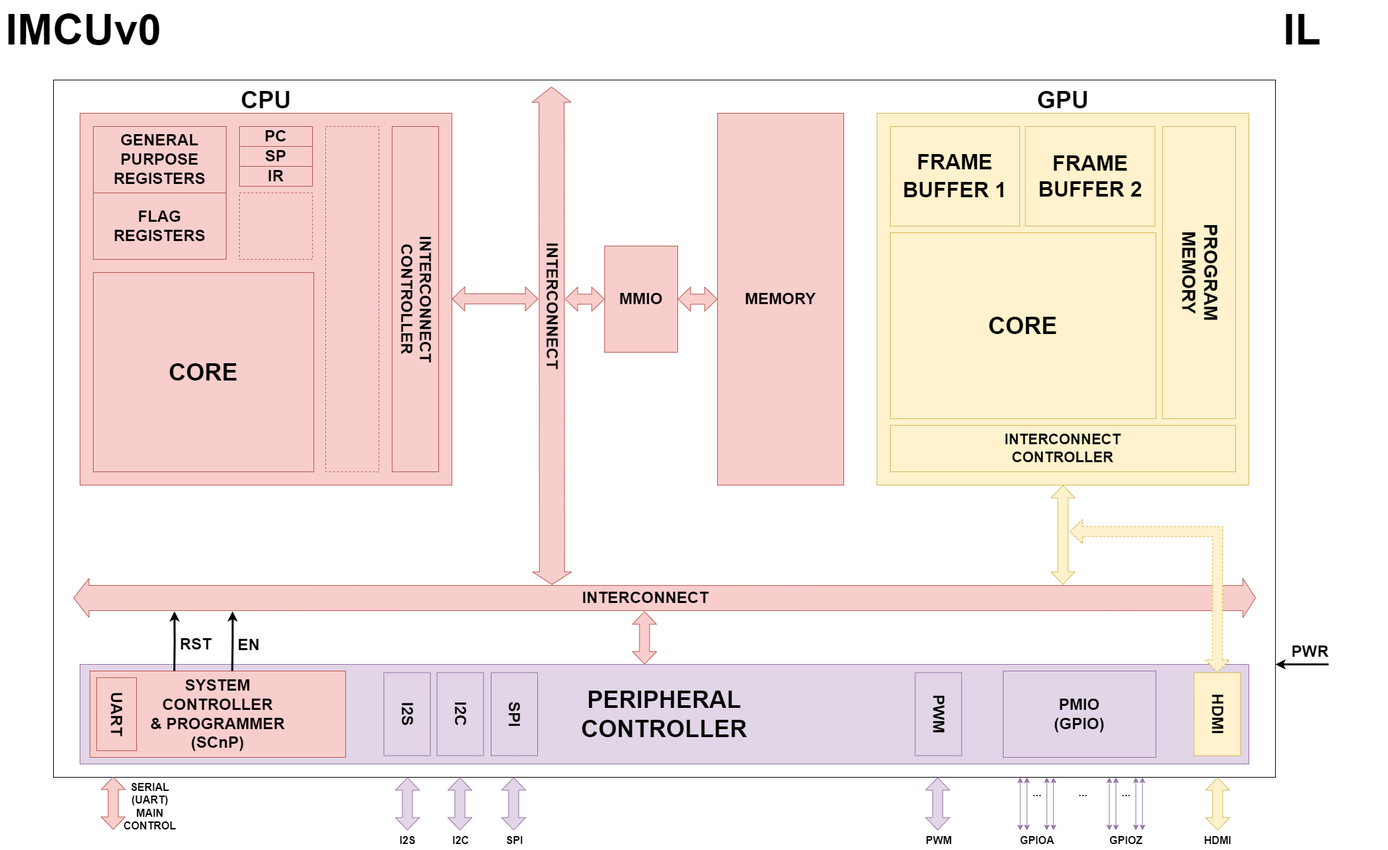
This is arch.drawio.png from nothingIIersonal/yamcu, a draw.io export, as it was before one commit. Source tidied: cells renumbered, new cells last; positions are measured from the earlier drawing's top-left corner, leaving out a move shared by most shapes.
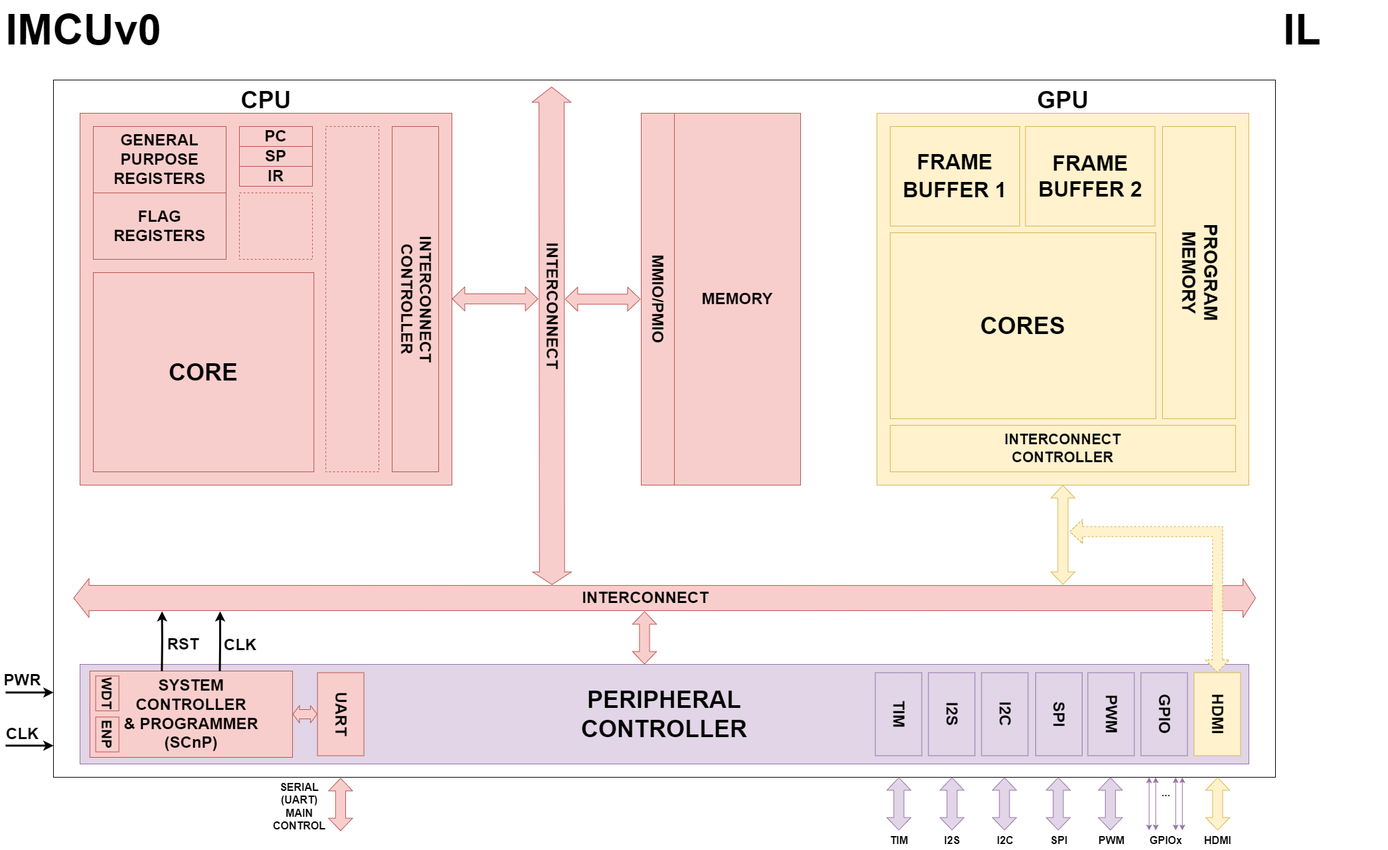
The same diagram one commit later.

Commit message:
Rework schemes

Change to the diagram source:
```diff
@@ -32,3 +32,3 @@
     <mxCell id="11" value="&lt;span style=&quot;font-size: 24px;&quot;&gt;&lt;b&gt;MEMORY&lt;/b&gt;&lt;/span&gt;" style="rounded=0;whiteSpace=wrap;html=1;fillColor=#f8cecc;strokeColor=#b85450;" parent="1" vertex="1">
-      <mxGeometry x="1080" y="170" width="190" height="560" as="geometry" />
+      <mxGeometry x="1015" y="170" width="190" height="560" as="geometry" />
     </mxCell>
@@ -42,5 +42,2 @@
     </mxCell>
-    <mxCell id="14" style="shape=flexArrow;endArrow=classic;startArrow=classic;html=1;rounded=0;entryX=0;entryY=0.5;entryDx=0;entryDy=0;width=15.217391304347828;startSize=5.952173913043478;fillColor=#f8cecc;strokeColor=#b85450;" parent="1" edge="1" source="43" target="11">
-      <mxGeometry relative="1" as="geometry" />
-    </mxCell>
     <mxCell id="15" value="IMCUv0" style="text;align=center;verticalAlign=middle;fontSize=64;fontStyle=1;horizontal=1;labelBackgroundColor=none;labelBorderColor=none;textShadow=0;spacingTop=0;html=1;glass=0;" parent="1" vertex="1">
@@ -55,6 +52,6 @@
     <mxCell id="18" value="&lt;span style=&quot;font-size: 24px;&quot;&gt;&lt;b&gt;SYSTEM&lt;br&gt;CONTROLLER&lt;br&gt;&amp;amp; PROGRAMMER&lt;br&gt;(SCnP)&lt;/b&gt;&lt;/span&gt;" style="rounded=0;whiteSpace=wrap;html=1;rotation=0;fillColor=#f8cecc;strokeColor=#b85450;" parent="1" vertex="1">
-      <mxGeometry x="134.8" y="1010" width="385" height="130" as="geometry" />
+      <mxGeometry x="134.8" y="1010" width="305.1" height="130" as="geometry" />
     </mxCell>
     <mxCell id="19" value="&lt;span style=&quot;font-size: 24px;&quot;&gt;&lt;b&gt;I2S&lt;/b&gt;&lt;/span&gt;" style="rounded=0;whiteSpace=wrap;html=1;rotation=90;fillColor=#e1d5e7;strokeColor=#9673a6;" parent="1" vertex="1">
-      <mxGeometry x="550" y="1040" width="125" height="70" as="geometry" />
+      <mxGeometry x="1370" y="1040" width="125" height="70" as="geometry" />
     </mxCell>
@@ -68,3 +65,3 @@
     </mxCell>
-    <mxCell id="22" value="&lt;b style=&quot;&quot;&gt;&lt;font style=&quot;font-size: 36px;&quot;&gt;CORE&lt;/font&gt;&lt;/b&gt;" style="rounded=0;whiteSpace=wrap;html=1;fillColor=#fff2cc;strokeColor=#d6b656;" parent="1" vertex="1">
+    <mxCell id="22" value="&lt;b style=&quot;&quot;&gt;&lt;font style=&quot;font-size: 36px;&quot;&gt;CORES&lt;/font&gt;&lt;/b&gt;" style="rounded=0;whiteSpace=wrap;html=1;fillColor=#fff2cc;strokeColor=#d6b656;" parent="1" vertex="1">
       <mxGeometry x="1340" y="350" width="400" height="280" as="geometry" />
@@ -88,5 +85,2 @@
     </mxCell>
-    <mxCell id="27" value="&lt;span style=&quot;font-size: 24px;&quot;&gt;&lt;b&gt;UART&lt;/b&gt;&lt;/span&gt;" style="rounded=0;whiteSpace=wrap;html=1;rotation=90;fillColor=#f8cecc;strokeColor=#b85450;" parent="1" vertex="1">
-      <mxGeometry x="120" y="1045" width="110" height="60" as="geometry" />
-    </mxCell>
     <mxCell id="28" value="&lt;font style=&quot;font-size: 28px;&quot;&gt;&lt;b&gt;PROGRAM&lt;br&gt;MEMORY&lt;/b&gt;&lt;/font&gt;" style="rounded=0;whiteSpace=wrap;html=1;fillColor=#fff2cc;strokeColor=#d6b656;textDirection=vertical-rl;" parent="1" vertex="1">
@@ -110,4 +104,4 @@
       <mxGeometry relative="1" as="geometry">
-        <mxPoint x="170" y="1249" as="sourcePoint" />
-        <mxPoint x="170" y="1169" as="targetPoint" />
+        <mxPoint x="512.4" y="1251" as="sourcePoint" />
+        <mxPoint x="512.4" y="1171" as="targetPoint" />
       </mxGeometry>
@@ -115,3 +109,3 @@
     <mxCell id="33" value="&lt;b style=&quot;font-size: 16px;&quot;&gt;SERIAL&lt;br&gt;(UART)&lt;br&gt;MAIN&lt;br&gt;CONTROL&lt;/b&gt;" style="text;html=1;align=center;verticalAlign=middle;strokeColor=none;fillColor=none;" parent="1" vertex="1">
-      <mxGeometry x="175.2" y="1169" width="100" height="90" as="geometry" />
+      <mxGeometry x="400" y="1169" width="100" height="90" as="geometry" />
     </mxCell>
@@ -134,4 +128,4 @@
       <mxGeometry relative="1" as="geometry">
-        <mxPoint x="613" y="1250" as="sourcePoint" />
-        <mxPoint x="613" y="1170" as="targetPoint" />
+        <mxPoint x="1433" y="1250" as="sourcePoint" />
+        <mxPoint x="1433" y="1170" as="targetPoint" />
       </mxGeometry>
@@ -139,3 +133,3 @@
     <mxCell id="39" value="&lt;span style=&quot;font-size: 16px;&quot;&gt;&lt;b&gt;I2S&lt;/b&gt;&lt;/span&gt;" style="text;html=1;align=center;verticalAlign=middle;strokeColor=none;fillColor=none;" parent="1" vertex="1">
-      <mxGeometry x="587.5" y="1250" width="50" height="30" as="geometry" />
+      <mxGeometry x="1407.5" y="1250" width="50" height="30" as="geometry" />
     </mxCell>
@@ -150,12 +144,10 @@
     </mxCell>
-    <mxCell id="42" style="shape=flexArrow;endArrow=classic;startArrow=classic;html=1;rounded=0;entryX=0;entryY=0.5;entryDx=0;entryDy=0;width=15.217391304347828;startSize=5.952173913043478;fillColor=#f8cecc;strokeColor=#b85450;" parent="1" edge="1" target="43">
+    <mxCell id="42" style="shape=flexArrow;endArrow=classic;startArrow=classic;html=1;rounded=0;entryX=0;entryY=0.5;entryDx=0;entryDy=0;width=15.217391304347828;startSize=5.952173913043478;fillColor=#f8cecc;strokeColor=#b85450;" parent="1" edge="1">
       <mxGeometry relative="1" as="geometry">
         <mxPoint x="850" y="450" as="sourcePoint" />
+        <mxPoint x="964" y="450" as="targetPoint" />
       </mxGeometry>
     </mxCell>
-    <mxCell id="43" value="&lt;span style=&quot;font-size: 24px;&quot;&gt;&lt;b&gt;MMIO&lt;/b&gt;&lt;/span&gt;" style="rounded=0;whiteSpace=wrap;html=1;fillColor=#f8cecc;strokeColor=#b85450;" parent="1" vertex="1">
-      <mxGeometry x="910" y="370" width="110" height="160" as="geometry" />
-    </mxCell>
     <mxCell id="44" value="&lt;span style=&quot;font-size: 24px;&quot;&gt;&lt;b&gt;I2C&lt;/b&gt;&lt;/span&gt;" style="rounded=0;whiteSpace=wrap;html=1;rotation=90;fillColor=#e1d5e7;strokeColor=#9673a6;" parent="1" vertex="1">
-      <mxGeometry x="630" y="1040" width="125" height="70" as="geometry" />
+      <mxGeometry x="1450" y="1040" width="125" height="70" as="geometry" />
     </mxCell>
@@ -163,4 +155,4 @@
       <mxGeometry relative="1" as="geometry">
-        <mxPoint x="692" y="1250" as="sourcePoint" />
-        <mxPoint x="692" y="1170" as="targetPoint" />
+        <mxPoint x="1512" y="1250" as="sourcePoint" />
+        <mxPoint x="1512" y="1170" as="targetPoint" />
       </mxGeometry>
@@ -168,6 +160,6 @@
     <mxCell id="46" value="&lt;span style=&quot;font-size: 16px;&quot;&gt;&lt;b&gt;I2C&lt;/b&gt;&lt;/span&gt;" style="text;html=1;align=center;verticalAlign=middle;strokeColor=none;fillColor=none;" parent="1" vertex="1">
-      <mxGeometry x="668" y="1250" width="50" height="30" as="geometry" />
+      <mxGeometry x="1488" y="1250" width="50" height="30" as="geometry" />
     </mxCell>
     <mxCell id="47" value="&lt;span style=&quot;font-size: 24px;&quot;&gt;&lt;b&gt;SPI&lt;/b&gt;&lt;/span&gt;" style="rounded=0;whiteSpace=wrap;html=1;rotation=90;fillColor=#e1d5e7;strokeColor=#9673a6;" parent="1" vertex="1">
-      <mxGeometry x="711.5" y="1040" width="125" height="70" as="geometry" />
+      <mxGeometry x="1531.5" y="1040" width="125" height="70" as="geometry" />
     </mxCell>
@@ -175,4 +167,4 @@
       <mxGeometry relative="1" as="geometry">
-        <mxPoint x="773" y="1250" as="sourcePoint" />
-        <mxPoint x="773" y="1170" as="targetPoint" />
+        <mxPoint x="1593" y="1250" as="sourcePoint" />
+        <mxPoint x="1593" y="1170" as="targetPoint" />
       </mxGeometry>
@@ -180,3 +172,3 @@
     <mxCell id="49" value="&lt;span style=&quot;font-size: 16px;&quot;&gt;&lt;b&gt;SPI&lt;/b&gt;&lt;/span&gt;" style="text;html=1;align=center;verticalAlign=middle;strokeColor=none;fillColor=none;" parent="1" vertex="1">
-      <mxGeometry x="749" y="1250" width="50" height="30" as="geometry" />
+      <mxGeometry x="1569" y="1250" width="50" height="30" as="geometry" />
     </mxCell>
@@ -184,4 +176,4 @@
       <mxGeometry relative="1" as="geometry">
-        <mxPoint x="1535.8" y="1250" as="sourcePoint" />
-        <mxPoint x="1535.8" y="1170" as="targetPoint" />
+        <mxPoint x="1729.8" y="1250" as="sourcePoint" />
+        <mxPoint x="1729.8" y="1170" as="targetPoint" />
       </mxGeometry>
@@ -190,4 +182,4 @@
       <mxGeometry relative="1" as="geometry">
-        <mxPoint x="1545.8" y="1250" as="sourcePoint" />
-        <mxPoint x="1545.8" y="1170" as="targetPoint" />
+        <mxPoint x="1739.8" y="1250" as="sourcePoint" />
+        <mxPoint x="1739.8" y="1170" as="targetPoint" />
       </mxGeometry>
@@ -196,4 +188,4 @@
       <mxGeometry relative="1" as="geometry">
-        <mxPoint x="1575.8" y="1250" as="sourcePoint" />
-        <mxPoint x="1575.8" y="1170" as="targetPoint" />
+        <mxPoint x="1769.8" y="1250" as="sourcePoint" />
+        <mxPoint x="1769.8" y="1170" as="targetPoint" />
       </mxGeometry>
@@ -202,4 +194,4 @@
       <mxGeometry relative="1" as="geometry">
-        <mxPoint x="1585.8" y="1250" as="sourcePoint" />
-        <mxPoint x="1585.8" y="1170" as="targetPoint" />
+        <mxPoint x="1779.8" y="1250" as="sourcePoint" />
+        <mxPoint x="1779.8" y="1170" as="targetPoint" />
       </mxGeometry>
@@ -207,45 +199,9 @@
     <mxCell id="54" value="&lt;b&gt;&lt;font style=&quot;font-size: 16px;&quot;&gt;...&lt;/font&gt;&lt;/b&gt;" style="text;html=1;align=center;verticalAlign=middle;" parent="1" vertex="1">
-      <mxGeometry x="1540.5" y="1178" width="40" height="30" as="geometry" />
+      <mxGeometry x="1734.5" y="1178" width="40" height="30" as="geometry" />
     </mxCell>
-    <mxCell id="55" value="&lt;span style=&quot;font-size: 16px;&quot;&gt;&lt;b&gt;GPIOA&lt;/b&gt;&lt;/span&gt;" style="text;html=1;align=center;verticalAlign=middle;" parent="1" vertex="1">
-      <mxGeometry x="1521" y="1250" width="80" height="30" as="geometry" />
+    <mxCell id="55" value="&lt;span style=&quot;font-size: 16px;&quot;&gt;&lt;b&gt;GPIOx&lt;/b&gt;&lt;/span&gt;" style="text;html=1;align=center;verticalAlign=middle;" parent="1" vertex="1">
+      <mxGeometry x="1720" y="1250" width="70" height="30" as="geometry" />
     </mxCell>
-    <mxCell id="56" value="&lt;span style=&quot;font-size: 24px;&quot;&gt;&lt;b&gt;PMIO&lt;/b&gt;&lt;/span&gt;&lt;div&gt;&lt;span style=&quot;font-size: 24px;&quot;&gt;&lt;b&gt;(GPIO)&lt;/b&gt;&lt;/span&gt;&lt;/div&gt;" style="rounded=0;whiteSpace=wrap;html=1;rotation=0;fillColor=#e1d5e7;strokeColor=#9673a6;" parent="1" vertex="1">
-      <mxGeometry x="1510" y="1010" width="230" height="130" as="geometry" />
-    </mxCell>
-    <mxCell id="57" style="endArrow=classic;startArrow=classic;html=1;rounded=0;fillColor=#e1d5e7;strokeColor=#9673a6;" parent="1" edge="1">
-      <mxGeometry relative="1" as="geometry">
-        <mxPoint x="1669.8" y="1250" as="sourcePoint" />
-        <mxPoint x="1669.8" y="1170" as="targetPoint" />
-      </mxGeometry>
-    </mxCell>
-    <mxCell id="58" style="endArrow=classic;startArrow=classic;html=1;rounded=0;fillColor=#e1d5e7;strokeColor=#9673a6;" parent="1" edge="1">
-      <mxGeometry relative="1" as="geometry">
-        <mxPoint x="1679.8" y="1250" as="sourcePoint" />
-        <mxPoint x="1679.8" y="1170" as="targetPoint" />
-      </mxGeometry>
-    </mxCell>
-    <mxCell id="59" style="endArrow=classic;startArrow=classic;html=1;rounded=0;fillColor=#e1d5e7;strokeColor=#9673a6;" parent="1" edge="1">
-      <mxGeometry relative="1" as="geometry">
-        <mxPoint x="1709.8" y="1250" as="sourcePoint" />
-        <mxPoint x="1709.8" y="1170" as="targetPoint" />
-      </mxGeometry>
-    </mxCell>
-    <mxCell id="60" style="endArrow=classic;startArrow=classic;html=1;rounded=0;fillColor=#e1d5e7;strokeColor=#9673a6;" parent="1" edge="1">
-      <mxGeometry relative="1" as="geometry">
-        <mxPoint x="1719.8" y="1250" as="sourcePoint" />
-        <mxPoint x="1719.8" y="1170" as="targetPoint" />
-      </mxGeometry>
-    </mxCell>
-    <mxCell id="61" value="&lt;b&gt;&lt;font style=&quot;font-size: 16px;&quot;&gt;...&lt;/font&gt;&lt;/b&gt;" style="text;html=1;align=center;verticalAlign=middle;" parent="1" vertex="1">
-      <mxGeometry x="1674.5" y="1178" width="40" height="30" as="geometry" />
-    </mxCell>
-    <mxCell id="62" value="&lt;span style=&quot;font-size: 16px;&quot;&gt;&lt;b&gt;GPIOZ&lt;/b&gt;&lt;/span&gt;" style="text;html=1;align=center;verticalAlign=middle;" parent="1" vertex="1">
-      <mxGeometry x="1660" y="1250" width="70" height="30" as="geometry" />
-    </mxCell>
-    <mxCell id="63" value="&lt;b&gt;&lt;font style=&quot;font-size: 16px;&quot;&gt;...&lt;/font&gt;&lt;/b&gt;" style="text;html=1;align=center;verticalAlign=middle;" parent="1" vertex="1">
-      <mxGeometry x="1610" y="1178" width="40" height="30" as="geometry" />
-    </mxCell>
     <mxCell id="64" value="&lt;span style=&quot;font-size: 24px;&quot;&gt;&lt;b&gt;PWM&lt;/b&gt;&lt;/span&gt;" style="rounded=0;whiteSpace=wrap;html=1;rotation=90;fillColor=#e1d5e7;strokeColor=#9673a6;" parent="1" vertex="1">
-      <mxGeometry x="1350" y="1040" width="125" height="70" as="geometry" />
+      <mxGeometry x="1610" y="1040" width="125" height="70" as="geometry" />
     </mxCell>
@@ -253,4 +209,4 @@
       <mxGeometry relative="1" as="geometry">
-        <mxPoint x="1411.5" y="1250" as="sourcePoint" />
-        <mxPoint x="1411.5" y="1170" as="targetPoint" />
+        <mxPoint x="1671.5" y="1250" as="sourcePoint" />
+        <mxPoint x="1671.5" y="1170" as="targetPoint" />
       </mxGeometry>
@@ -258,3 +214,3 @@
     <mxCell id="66" value="&lt;span style=&quot;font-size: 16px;&quot;&gt;&lt;b&gt;PWM&lt;/b&gt;&lt;/span&gt;" style="text;html=1;align=center;verticalAlign=middle;strokeColor=none;fillColor=none;" parent="1" vertex="1">
-      <mxGeometry x="1382.5" y="1250" width="60" height="30" as="geometry" />
+      <mxGeometry x="1642.5" y="1250" width="60" height="30" as="geometry" />
     </mxCell>
@@ -262,4 +218,4 @@
       <mxGeometry relative="1" as="geometry">
-        <mxPoint x="2000" y="1000" as="sourcePoint" />
-        <mxPoint x="1920" y="1000" as="targetPoint" />
+        <mxPoint x="8" y="1042.3" as="sourcePoint" />
+        <mxPoint x="80" y="1042.3" as="targetPoint" />
       </mxGeometry>
@@ -268,3 +224,3 @@
       <mxGeometry x="0.64" y="-4" relative="1" as="geometry">
-        <mxPoint x="36" y="-16" as="offset" />
+        <mxPoint x="-36" y="-24" as="offset" />
       </mxGeometry>
@@ -279,9 +235,9 @@
       <mxGeometry relative="1" as="geometry">
-        <mxPoint x="349.3" y="1010" as="sourcePoint" />
-        <mxPoint x="349.7" y="920" as="targetPoint" />
+        <mxPoint x="330.6" y="1010" as="sourcePoint" />
+        <mxPoint x="331" y="920" as="targetPoint" />
       </mxGeometry>
     </mxCell>
-    <mxCell id="71" value="&lt;font style=&quot;font-size: 24px;&quot;&gt;&lt;b&gt;EN&lt;/b&gt;&lt;/font&gt;" style="edgeLabel;html=1;align=center;verticalAlign=middle;" parent="70" vertex="1">
+    <mxCell id="71" value="&lt;font style=&quot;font-size: 24px;&quot;&gt;&lt;b&gt;CLK&lt;/b&gt;&lt;/font&gt;" style="edgeLabel;html=1;align=center;verticalAlign=middle;" parent="70" vertex="1">
       <mxGeometry x="0.64" y="-4" relative="1" as="geometry">
-        <mxPoint x="19" y="34" as="offset" />
+        <mxPoint x="25" y="34" as="offset" />
       </mxGeometry>
@@ -290,4 +246,4 @@
       <mxGeometry relative="1" as="geometry">
-        <mxPoint x="261.9" y="1010" as="sourcePoint" />
-        <mxPoint x="262.2" y="920" as="targetPoint" />
+        <mxPoint x="243.2" y="1010" as="sourcePoint" />
+        <mxPoint x="243.5" y="920" as="targetPoint" />
       </mxGeometry>
@@ -299,2 +255,43 @@
     </mxCell>
+    <mxCell id="74" value="&lt;span style=&quot;font-size: 24px;&quot;&gt;&lt;b&gt;GPIO&lt;/b&gt;&lt;/span&gt;" style="rounded=0;whiteSpace=wrap;html=1;rotation=90;fillColor=#e1d5e7;strokeColor=#9673a6;" parent="1" vertex="1">
+      <mxGeometry x="1690" y="1040" width="125" height="70" as="geometry" />
+    </mxCell>
+    <mxCell id="27" value="&lt;span style=&quot;font-size: 24px;&quot;&gt;&lt;b&gt;UART&lt;/b&gt;&lt;/span&gt;" style="rounded=0;whiteSpace=wrap;html=1;rotation=90;fillColor=#f8cecc;strokeColor=#b85450;" parent="1" vertex="1">
+      <mxGeometry x="450" y="1040" width="125" height="70" as="geometry" />
+    </mxCell>
+    <mxCell id="75" style="shape=flexArrow;endArrow=classic;startArrow=classic;html=1;rounded=0;width=14;startSize=3;fillColor=#f8cecc;strokeColor=#b85450;exitX=1;exitY=0.5;exitDx=0;exitDy=0;entryX=0.5;entryY=1;entryDx=0;entryDy=0;endSize=3;endWidth=11.071428571428573;startWidth=11.071428571428573;sourcePerimeterSpacing=0;" parent="1" edge="1" source="18" target="27">
+      <mxGeometry relative="1" as="geometry" />
+    </mxCell>
+    <mxCell id="76" value="&lt;b style=&quot;&quot;&gt;&lt;font style=&quot;font-size: 21px;&quot;&gt;WDT&lt;/font&gt;&lt;/b&gt;" style="rounded=0;whiteSpace=wrap;html=1;rotation=90;fillColor=#f8cecc;strokeColor=#b85450;" parent="1" vertex="1">
+      <mxGeometry x="134.8" y="1026.2" width="52.5" height="35" as="geometry" />
+    </mxCell>
+    <mxCell id="77" value="&lt;b style=&quot;&quot;&gt;&lt;font style=&quot;font-size: 21px;&quot;&gt;ENP&lt;/font&gt;&lt;/b&gt;" style="rounded=0;whiteSpace=wrap;html=1;rotation=90;fillColor=#f8cecc;strokeColor=#b85450;" parent="1" vertex="1">
+      <mxGeometry x="134.8" y="1088" width="52.5" height="35" as="geometry" />
+    </mxCell>
+    <mxCell id="78" value="&lt;span style=&quot;font-size: 24px;&quot;&gt;&lt;b&gt;TIM&lt;/b&gt;&lt;/span&gt;" style="rounded=0;whiteSpace=wrap;html=1;rotation=90;fillColor=#e1d5e7;strokeColor=#9673a6;" parent="1" vertex="1">
+      <mxGeometry x="1290" y="1040" width="125" height="70" as="geometry" />
+    </mxCell>
+    <mxCell id="79" style="shape=flexArrow;endArrow=classic;startArrow=classic;html=1;rounded=0;width=15.217391304347828;startSize=5.952173913043478;fillColor=#e1d5e7;strokeColor=#9673a6;" parent="1" edge="1">
+      <mxGeometry relative="1" as="geometry">
+        <mxPoint x="1353" y="1250" as="sourcePoint" />
+        <mxPoint x="1353" y="1170" as="targetPoint" />
+      </mxGeometry>
+    </mxCell>
+    <mxCell id="80" value="&lt;span style=&quot;font-size: 16px;&quot;&gt;&lt;b&gt;TIM&lt;/b&gt;&lt;/span&gt;" style="text;html=1;align=center;verticalAlign=middle;strokeColor=none;fillColor=none;" parent="1" vertex="1">
+      <mxGeometry x="1327.5" y="1250" width="50" height="30" as="geometry" />
+    </mxCell>
+    <mxCell id="81" style="edgeStyle=orthogonalEdgeStyle;rounded=0;orthogonalLoop=1;jettySize=auto;html=1;strokeWidth=3;entryX=1.001;entryY=0.886;entryDx=0;entryDy=0;entryPerimeter=0;" parent="1" edge="1">
+      <mxGeometry relative="1" as="geometry">
+        <mxPoint x="8" y="1122.3" as="sourcePoint" />
+        <mxPoint x="80" y="1122.3" as="targetPoint" />
+      </mxGeometry>
+    </mxCell>
+    <mxCell id="82" value="&lt;font style=&quot;font-size: 24px;&quot;&gt;&lt;b&gt;CLK&lt;/b&gt;&lt;/font&gt;" style="edgeLabel;html=1;align=center;verticalAlign=middle;" parent="81" vertex="1">
+      <mxGeometry x="0.64" y="-4" relative="1" as="geometry">
+        <mxPoint x="-36" y="-23" as="offset" />
+      </mxGeometry>
+    </mxCell>
+    <mxCell id="83" value="&lt;span style=&quot;font-size: 24px;&quot;&gt;&lt;b&gt;MMIO/PMIO&lt;br&gt;&lt;/b&gt;&lt;/span&gt;" style="rounded=0;whiteSpace=wrap;html=1;fillColor=#f8cecc;strokeColor=#b85450;labelBackgroundColor=none;rotation=90;direction=south;" parent="1" vertex="1">
+      <mxGeometry x="710" y="425" width="560" height="50" as="geometry" />
+    </mxCell>
   </root>
```
